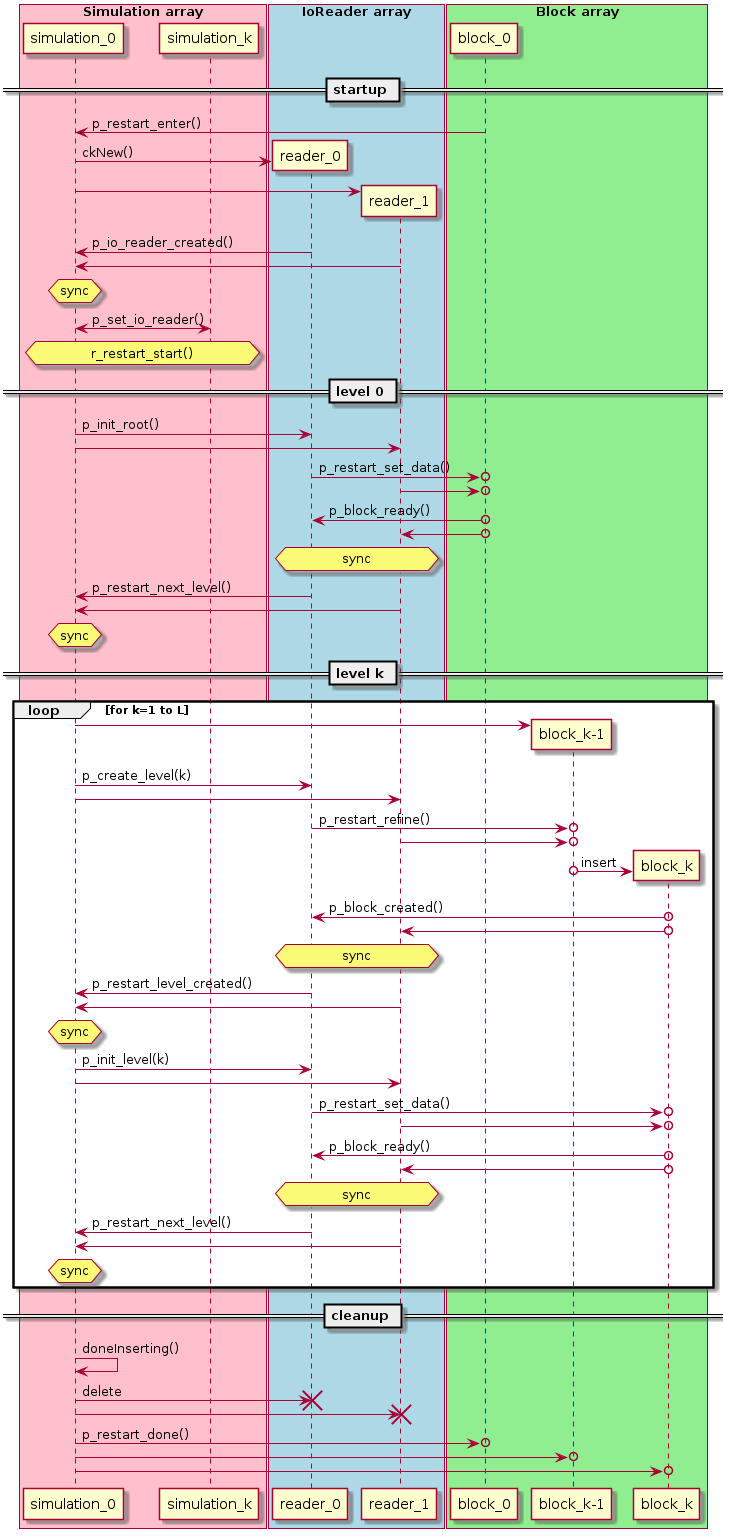
enzo-project/enzo-e keeps this PlantUML diagram as doc/source/design/io-read.png. Above is the earlier version.
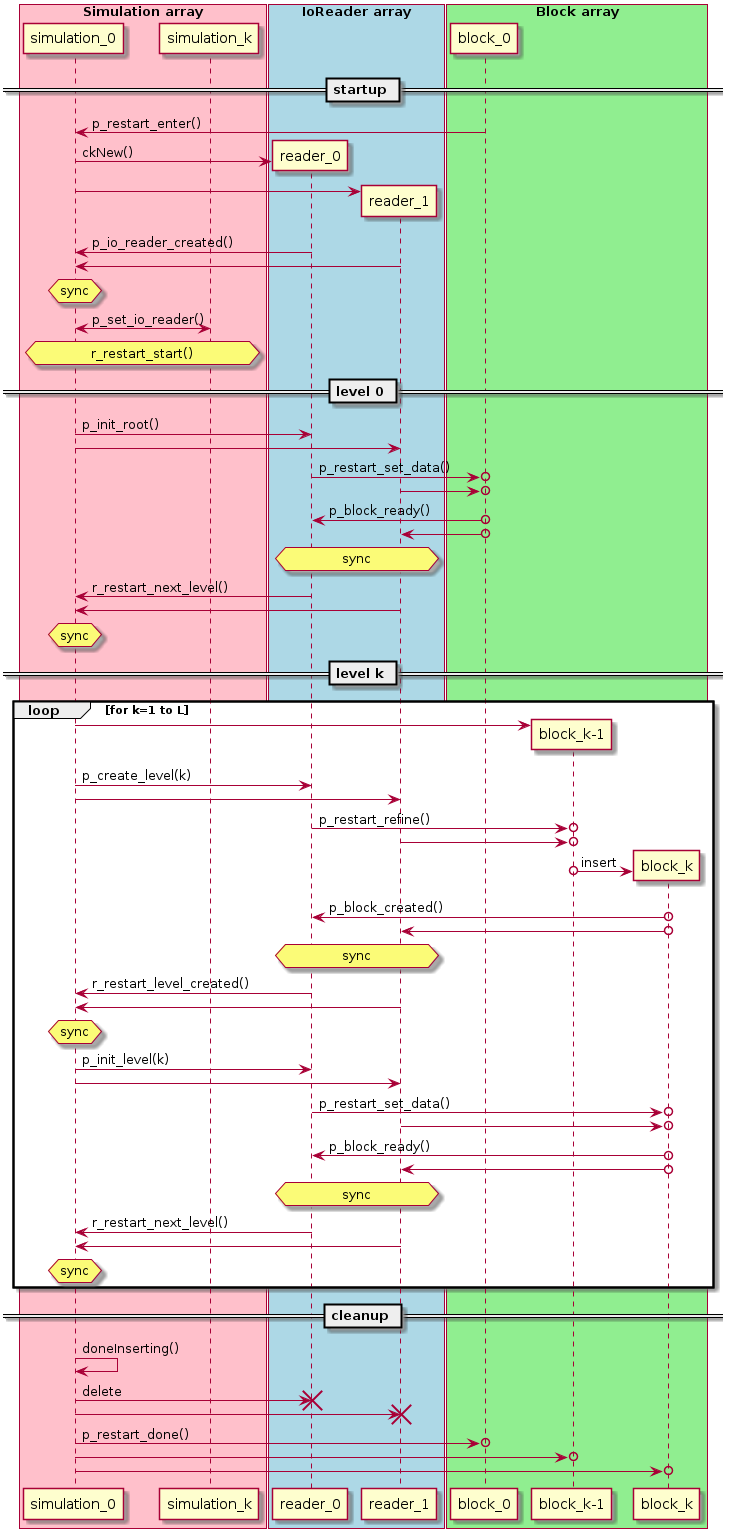
After the change.

Diff of the diagram source:
```diff
@@ -36,7 +36,7 @@
 b0 o-> r0 : p_block_ready()
 b0 o-> r1
 hnote over r0,r1 : sync
-r0 -> s0 : p_restart_next_level()
+r0 -> s0 : r_restart_next_level()
 r1 -> s0
 hnote over s0 : sync
 
@@ -52,7 +52,7 @@
 bkp1 o-> r1
 
 hnote over r0,r1 : sync
-r0 -> s0 : p_restart_level_created()
+r0 -> s0 : r_restart_level_created()
 r1 -> s0
 hnote over s0 : sync
 s0 -> r0 : p_init_level(k)
@@ -62,7 +62,7 @@
 bkp1 o-> r0 : p_block_ready()
 bkp1 o-> r1
 hnote over r0,r1 : sync
-r0 -> s0 : p_restart_next_level()
+r0 -> s0 : r_restart_next_level()
 r1 -> s0
 hnote over s0 : sync
 end
```
